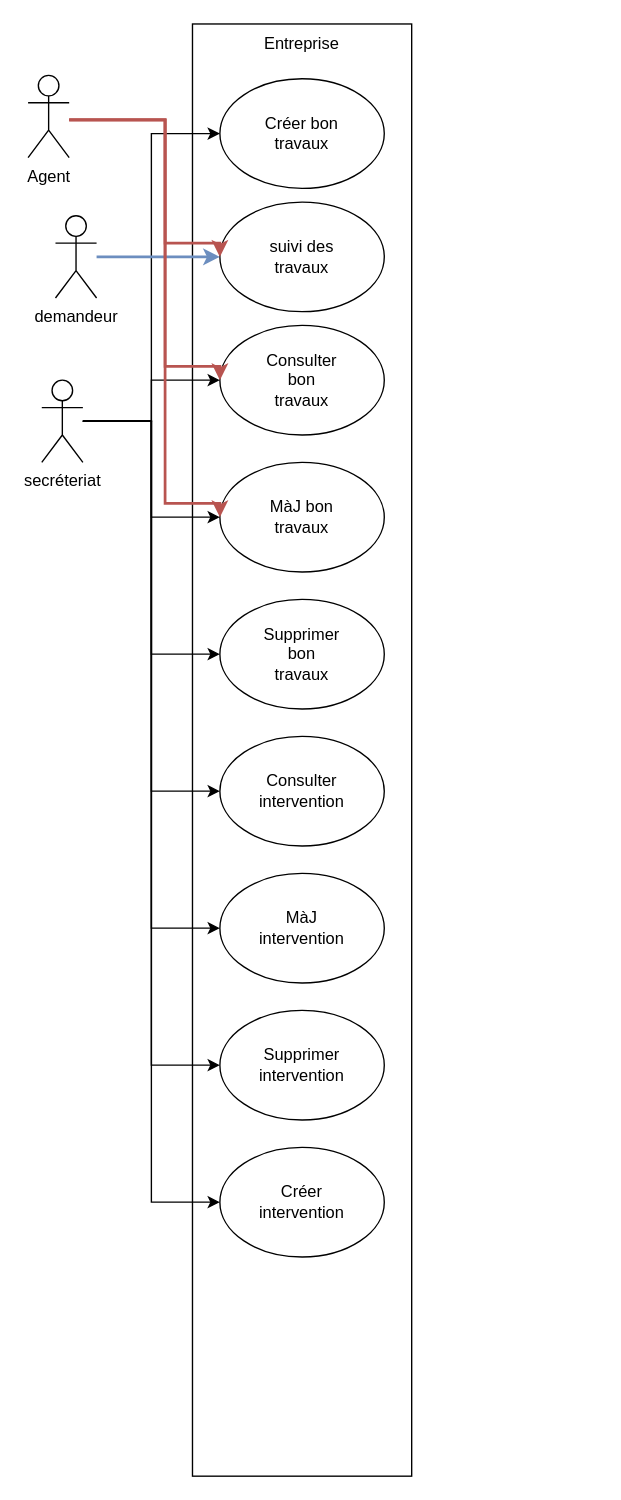
This is R3.03_Analyse/TD1exo2.drawio from LotiGIT/iut2, a draw.io file, before an edit. Source tidied: cells renumbered, new cells numbered last; positions are measured from the earlier drawing's top-left corner, leaving out a move shared by most shapes. Both pictures are drawn from the tidied source at 137%, with x=0, y=0 at pixel (27, 23).
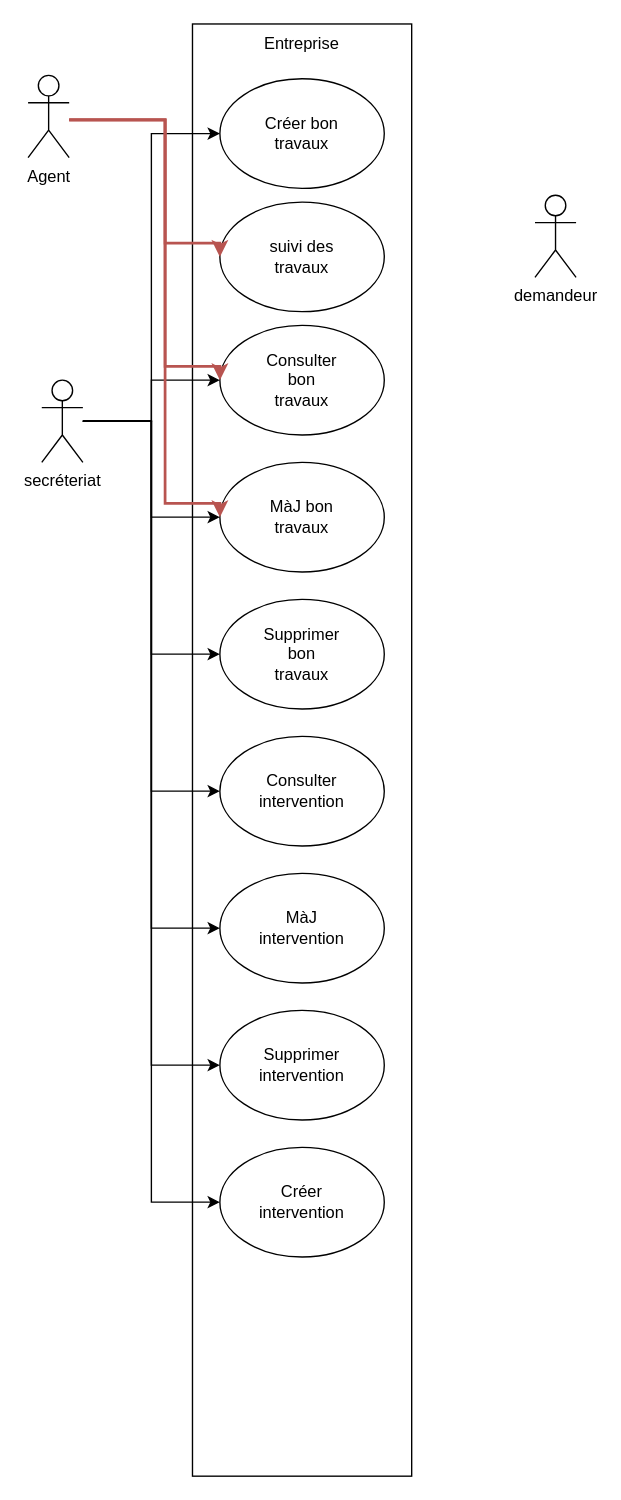
The same diagram, later.

The change refers to these unchanged cells:
```xml
<mxCell id="11" style="ellipse;whiteSpace=wrap;html=1;" parent="1" vertex="1">
  <mxGeometry x="140" y="130" width="120" height="80" as="geometry" />
</mxCell>
```

The edit, as a diff of the source:
```diff
@@
     <mxCell id="3" value="demandeur" style="shape=umlActor;verticalLabelPosition=bottom;verticalAlign=top;html=1;outlineConnect=0;" parent="1" vertex="1">
-      <mxGeometry x="20" y="140" width="30" height="60" as="geometry" />
+      <mxGeometry x="370" y="125" width="30" height="60" as="geometry" />
     </mxCell>
@@
-    <mxCell id="26" style="edgeStyle=orthogonalEdgeStyle;rounded=0;jettySize=auto;html=1;entryX=0;entryY=0.5;entryDx=0;entryDy=0;fillColor=#dae8fc;strokeColor=#6c8ebf;strokeWidth=2;" parent="1" edge="1" source="3" target="11">
-      <mxGeometry relative="1" as="geometry" />
-    </mxCell>
```
